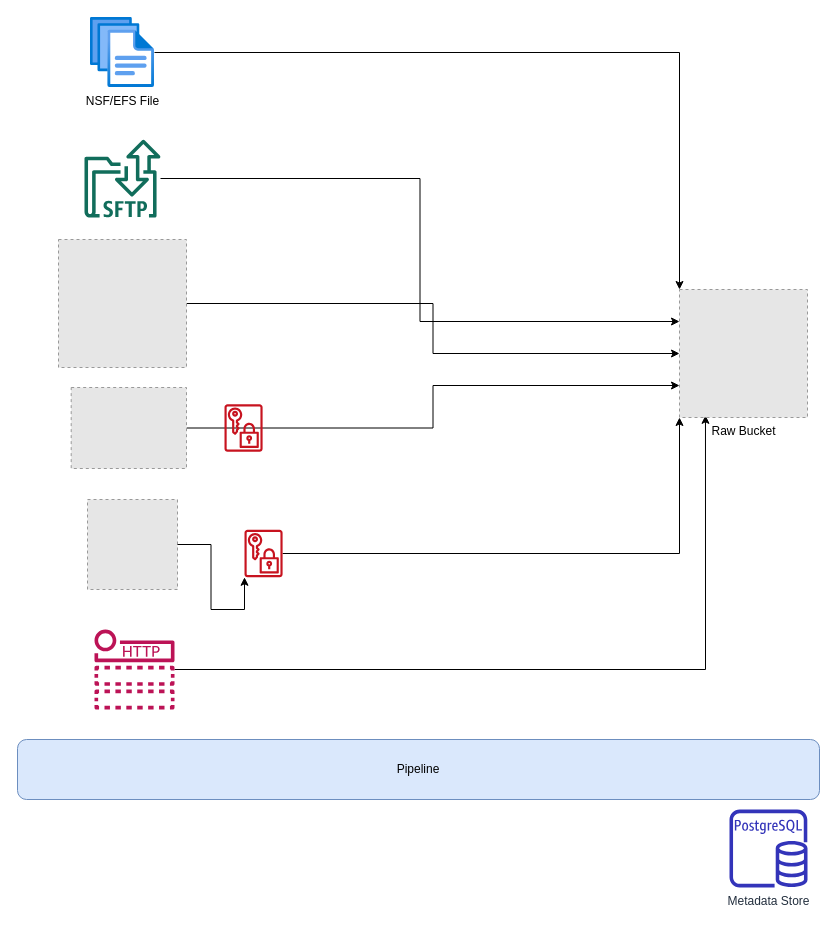
Earlier version of the draw.io diagram dataextractor.drawio (bkosaraju/drawio). Source tidied: cells renumbered, new cells numbered last; positions are measured from the earlier drawing's top-left corner, leaving out a move shared by most shapes. Both pictures are drawn from the tidied source at 100%, with x=0, y=0 at pixel (17, 17). Pictures stored in the file or linked from it are replaced by grey dashed boxes.
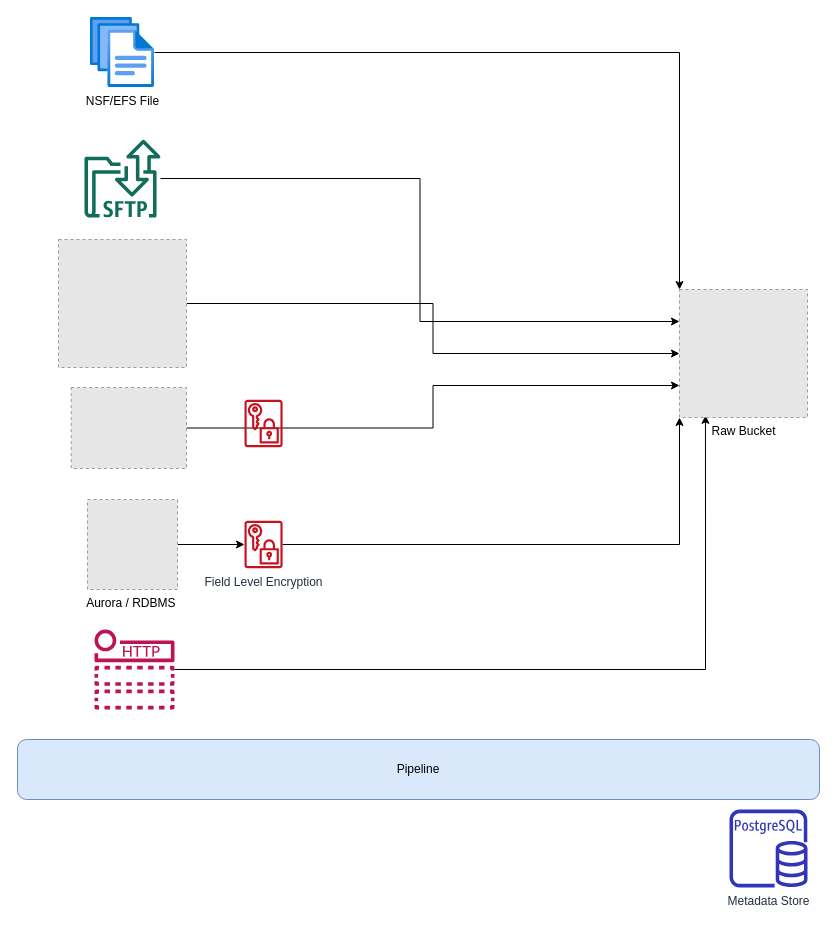
Above is the later version.

The edit, as a diff of the source:
```diff
@@
 <mxGraphModel>
   <root>
     <mxCell id="0" />
     <mxCell id="1" parent="0" />
     <mxCell id="2" style="edgeStyle=orthogonalEdgeStyle;rounded=0;jettySize=auto;html=1;entryX=0;entryY=0.25;entryDx=0;entryDy=0;" parent="1" edge="1" source="3" target="14">
       <mxGeometry relative="1" as="geometry" />
     </mxCell>
     <mxCell id="3" style="outlineConnect=0;fontColor=#232F3E;gradientColor=none;fillColor=#116D5B;strokeColor=none;dashed=0;verticalLabelPosition=bottom;verticalAlign=top;align=center;html=1;fontSize=12;fontStyle=0;shape=mxgraph.aws4.transfer_for_sftp_resource;" parent="1" vertex="1">
       <mxGeometry x="67" y="122" width="76" height="78" as="geometry" />
     </mxCell>
     <mxCell id="4" style="edgeStyle=orthogonalEdgeStyle;rounded=0;jettySize=auto;html=1;exitX=1;exitY=0.5;exitDx=0;exitDy=0;" parent="1" edge="1" source="5" target="14">
       <mxGeometry relative="1" as="geometry" />
     </mxCell>
     <mxCell id="5" style="fillColor=#E6E6E6;strokeColor=#999999;dashed=1;html=1;verticalAlign=top;verticalLabelPosition=bottom;labelBackgroundColor=#ffffff;" parent="1" vertex="1">
       <mxGeometry x="41" y="222" width="128" height="128" as="geometry" />
     </mxCell>
     <mxCell id="6" style="edgeStyle=orthogonalEdgeStyle;rounded=0;jettySize=auto;html=1;exitX=1;exitY=0.5;exitDx=0;exitDy=0;entryX=0;entryY=1;entryDx=0;entryDy=0;" parent="1" edge="1" source="15" target="14">
       <mxGeometry relative="1" as="geometry" />
     </mxCell>
+    <mxCell id="16" style="edgeStyle=orthogonalEdgeStyle;rounded=0;jettySize=auto;html=1;exitX=1;exitY=0.5;exitDx=0;exitDy=0;" parent="1" edge="1" source="7" target="15">
+      <mxGeometry relative="1" as="geometry" />
+    </mxCell>
-    <mxCell id="7" style="fillColor=#E6E6E6;strokeColor=#999999;dashed=1;html=1;verticalAlign=top;verticalLabelPosition=bottom;labelBackgroundColor=#ffffff;" parent="1" vertex="1">
+    <mxCell id="7" value="Aurora / RDBMS&amp;nbsp;" style="fillColor=#E6E6E6;strokeColor=#999999;dashed=1;html=1;verticalAlign=top;verticalLabelPosition=bottom;labelBackgroundColor=#ffffff;" parent="1" vertex="1">
       <mxGeometry x="70" y="482" width="90" height="90" as="geometry" />
     </mxCell>
     <mxCell id="8" style="edgeStyle=orthogonalEdgeStyle;rounded=0;jettySize=auto;html=1;entryX=0.203;entryY=0.983;entryDx=0;entryDy=0;entryPerimeter=0;" parent="1" edge="1" source="9" target="14">
       <mxGeometry relative="1" as="geometry" />
     </mxCell>
     <mxCell id="9" style="outlineConnect=0;fontColor=#232F3E;gradientColor=none;fillColor=#BC1356;strokeColor=none;dashed=0;verticalLabelPosition=bottom;verticalAlign=top;align=center;html=1;fontSize=12;fontStyle=0;shape=mxgraph.aws4.http_notification;" parent="1" vertex="1">
       <mxGeometry x="77" y="612" width="80" height="80" as="geometry" />
     </mxCell>
     <mxCell id="10" style="edgeStyle=orthogonalEdgeStyle;rounded=0;jettySize=auto;html=1;exitX=1;exitY=0.5;exitDx=0;exitDy=0;entryX=0;entryY=0.75;entryDx=0;entryDy=0;" parent="1" edge="1" source="11" target="14">
       <mxGeometry relative="1" as="geometry" />
     </mxCell>
     <mxCell id="11" style="fillColor=#E6E6E6;strokeColor=#999999;dashed=1;verticalLabelPosition=bottom;verticalAlign=top;" parent="1" vertex="1">
       <mxGeometry x="53.7" y="370" width="115.3" height="81" as="geometry" />
     </mxCell>
     <mxCell id="12" style="edgeStyle=orthogonalEdgeStyle;rounded=0;jettySize=auto;html=1;entryX=0;entryY=0;entryDx=0;entryDy=0;" parent="1" edge="1" source="13" target="14">
       <mxGeometry relative="1" as="geometry" />
     </mxCell>
     <mxCell id="13" value="NSF/EFS File" style="html=1;points=[];align=center;image;fontSize=12;image=img/lib/azure2/general/Files.svg;" parent="1" vertex="1">
       <mxGeometry x="73" width="64" height="70" as="geometry" />
     </mxCell>
     <mxCell id="14" value="Raw Bucket" style="fillColor=#E6E6E6;strokeColor=#999999;dashed=1;html=1;verticalAlign=top;verticalLabelPosition=bottom;labelBackgroundColor=#ffffff;" parent="1" vertex="1">
       <mxGeometry x="662" y="272" width="128" height="128" as="geometry" />
     </mxCell>
-    <mxCell id="15" style="outlineConnect=0;fontColor=#232F3E;gradientColor=none;fillColor=#C7131F;strokeColor=none;dashed=0;verticalLabelPosition=bottom;verticalAlign=top;align=center;html=1;fontSize=12;fontStyle=0;shape=mxgraph.aws4.data_encryption_key;" parent="1" vertex="1">
-      <mxGeometry x="227" y="512" width="38.1" height="48" as="geometry" />
+    <mxCell id="15" value="Field Level Encryption" style="outlineConnect=0;fontColor=#232F3E;gradientColor=none;fillColor=#C7131F;strokeColor=none;dashed=0;verticalLabelPosition=bottom;verticalAlign=top;align=center;html=1;fontSize=12;fontStyle=0;shape=mxgraph.aws4.data_encryption_key;" parent="1" vertex="1">
+      <mxGeometry x="227" y="503" width="38.1" height="48" as="geometry" />
     </mxCell>
-    <mxCell id="16" style="edgeStyle=orthogonalEdgeStyle;rounded=0;jettySize=auto;html=1;exitX=1;exitY=0.5;exitDx=0;exitDy=0;entryX=0;entryY=1;entryDx=0;entryDy=0;" parent="1" edge="1" source="7" target="15">
-      <mxGeometry relative="1" as="geometry" />
-    </mxCell>
     <mxCell id="17" style="fontColor=#232F3E;gradientColor=none;fillColor=#C7131F;strokeColor=none;dashed=0;verticalLabelPosition=bottom;verticalAlign=top;align=center;html=1;fontSize=12;fontStyle=0;shape=mxgraph.aws4.data_encryption_key;" parent="1" vertex="1">
-      <mxGeometry x="207" y="386.5" width="38.1" height="48" as="geometry" />
+      <mxGeometry x="227" y="382" width="38.1" height="48" as="geometry" />
     </mxCell>
     <mxCell id="18" value="Pipeline" style="rounded=1;whiteSpace=wrap;html=1;fillColor=#dae8fc;strokeColor=#6c8ebf;" parent="1" vertex="1">
       <mxGeometry y="722" width="802" height="60" as="geometry" />
     </mxCell>
     <mxCell id="19" value="Metadata Store" style="fontColor=#232F3E;gradientColor=none;fillColor=#3334B9;strokeColor=none;dashed=0;verticalLabelPosition=bottom;verticalAlign=top;align=center;html=1;fontSize=12;fontStyle=0;shape=mxgraph.aws4.rds_postgresql_instance;" parent="1" vertex="1">
       <mxGeometry x="712" y="792" width="78" height="78" as="geometry" />
     </mxCell>
   </root>
 </mxGraphModel>
```
